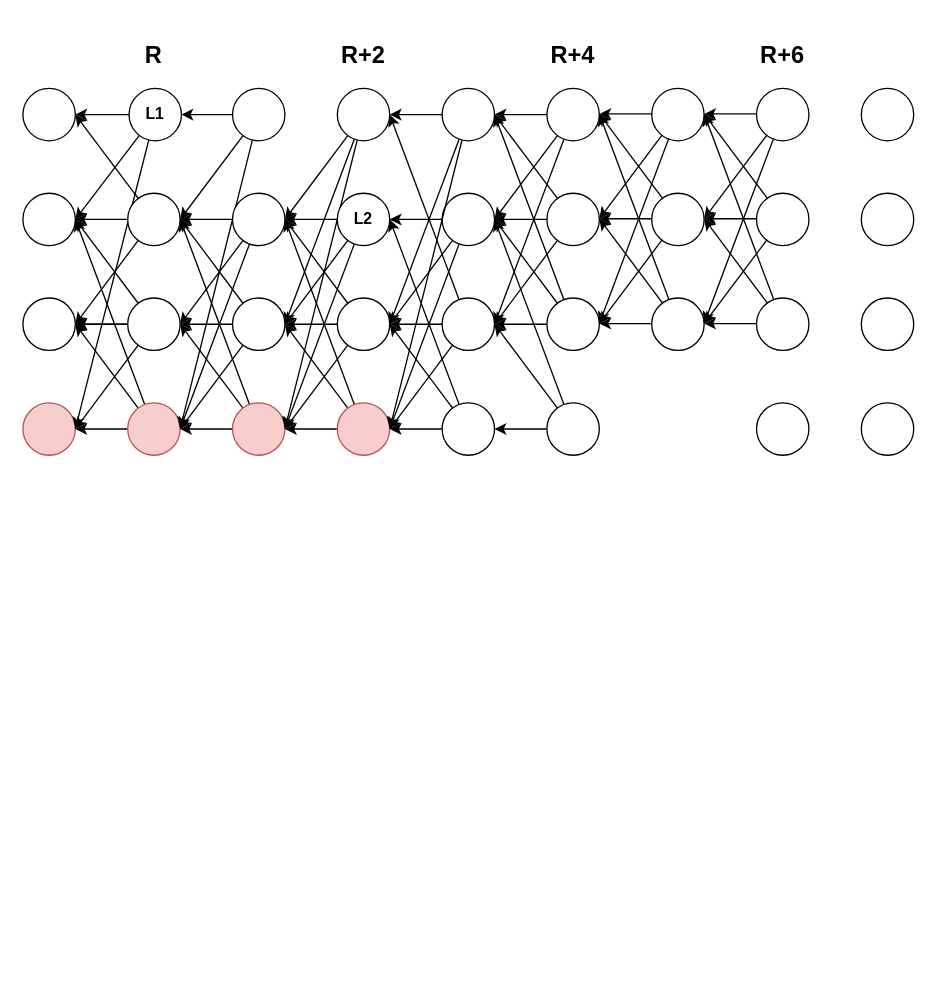
Above: dag.drawio in asonnino/various-diagrams (draw.io), before the change. Source tidied: cells renumbered, new cells numbered last; positions are measured from the earlier drawing's top-left corner, leaving out a move shared by most shapes. Both pictures are drawn from the tidied source at 131%, with x=0, y=0 at pixel (22, 35).
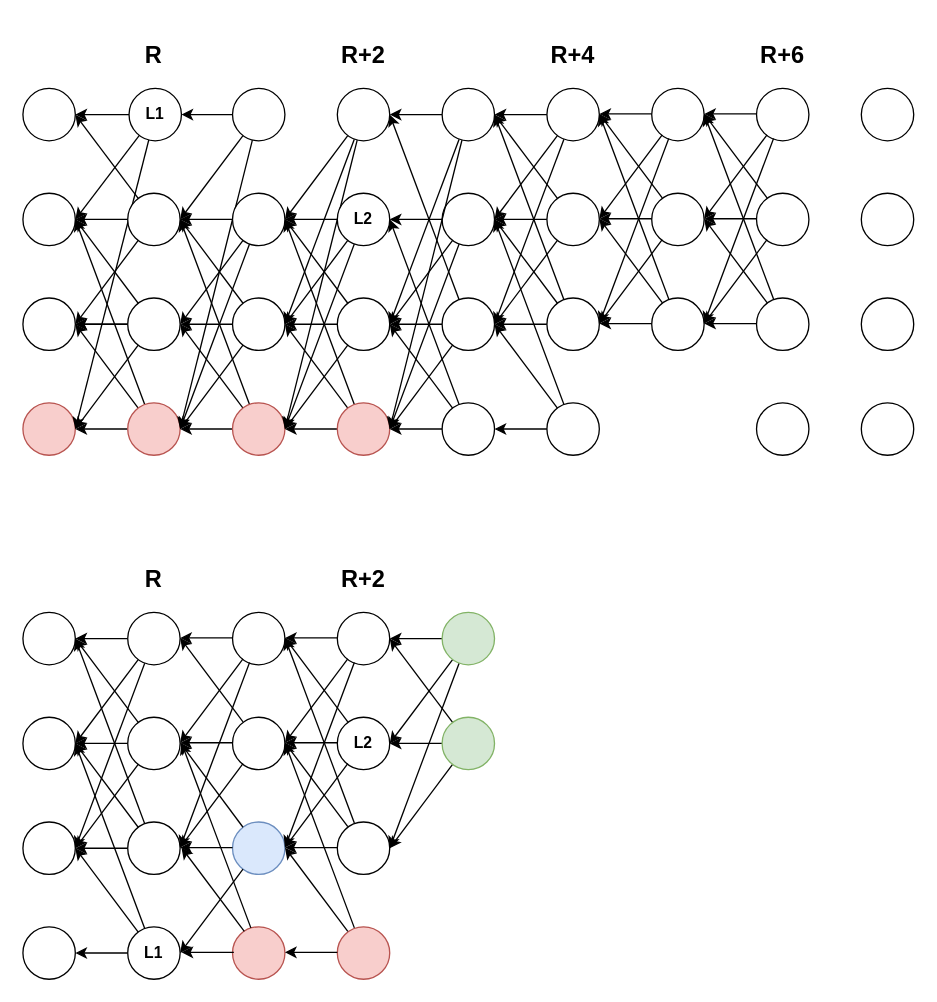
The same page after the edit.

Change to the diagram source:
```diff
@@
+    <mxCell id="120" style="ellipse;whiteSpace=wrap;html=1;" parent="1" vertex="1">
+      <mxGeometry y="520" width="40" height="40" as="geometry" />
+    </mxCell>
+    <mxCell id="121" style="ellipse;whiteSpace=wrap;html=1;" parent="1" vertex="1">
+      <mxGeometry y="600" width="40" height="40" as="geometry" />
+    </mxCell>
+    <mxCell id="122" style="ellipse;whiteSpace=wrap;html=1;" parent="1" vertex="1">
+      <mxGeometry y="440" width="40" height="40" as="geometry" />
+    </mxCell>
+    <mxCell id="123" style="edgeStyle=none;rounded=0;jettySize=auto;html=1;entryX=1;entryY=0.5;entryDx=0;entryDy=0;" parent="1" edge="1" source="126" target="122">
+      <mxGeometry relative="1" as="geometry" />
+    </mxCell>
+    <mxCell id="124" style="edgeStyle=none;rounded=0;jettySize=auto;html=1;" parent="1" edge="1" source="126">
+      <mxGeometry relative="1" as="geometry">
+        <mxPoint x="40" y="620" as="targetPoint" />
+      </mxGeometry>
+    </mxCell>
+    <mxCell id="125" style="edgeStyle=none;rounded=0;jettySize=auto;html=1;entryX=1;entryY=0.5;entryDx=0;entryDy=0;" parent="1" edge="1" source="126" target="120">
+      <mxGeometry relative="1" as="geometry" />
+    </mxCell>
+    <mxCell id="126" style="ellipse;whiteSpace=wrap;html=1;" parent="1" vertex="1">
+      <mxGeometry x="80" y="520" width="40" height="40" as="geometry" />
+    </mxCell>
+    <mxCell id="127" style="edgeStyle=none;rounded=0;jettySize=auto;html=1;entryX=1;entryY=0.5;entryDx=0;entryDy=0;" parent="1" edge="1" source="130" target="121">
+      <mxGeometry relative="1" as="geometry" />
+    </mxCell>
+    <mxCell id="128" style="edgeStyle=none;rounded=0;jettySize=auto;html=1;entryX=1;entryY=0.5;entryDx=0;entryDy=0;" parent="1" edge="1" source="130" target="120">
+      <mxGeometry relative="1" as="geometry" />
+    </mxCell>
+    <mxCell id="129" style="edgeStyle=none;rounded=0;jettySize=auto;html=1;entryX=1;entryY=0.5;entryDx=0;entryDy=0;" parent="1" edge="1" source="130" target="122">
+      <mxGeometry relative="1" as="geometry" />
+    </mxCell>
+    <mxCell id="130" style="ellipse;whiteSpace=wrap;html=1;" parent="1" vertex="1">
+      <mxGeometry x="80" y="600" width="40" height="40" as="geometry" />
+    </mxCell>
+    <mxCell id="131" style="ellipse;whiteSpace=wrap;html=1;" parent="1" vertex="1">
+      <mxGeometry y="680" width="40" height="40" as="geometry" />
+    </mxCell>
+    <mxCell id="132" style="edgeStyle=none;rounded=0;jettySize=auto;html=1;entryX=1;entryY=0.5;entryDx=0;entryDy=0;" parent="1" edge="1" source="135" target="122">
+      <mxGeometry relative="1" as="geometry" />
+    </mxCell>
+    <mxCell id="133" style="edgeStyle=none;rounded=0;jettySize=auto;html=1;entryX=1;entryY=0.5;entryDx=0;entryDy=0;" parent="1" edge="1" source="135" target="120">
+      <mxGeometry relative="1" as="geometry" />
+    </mxCell>
+    <mxCell id="134" style="edgeStyle=none;rounded=0;jettySize=auto;html=1;entryX=1;entryY=0.5;entryDx=0;entryDy=0;" parent="1" edge="1" source="135" target="121">
+      <mxGeometry relative="1" as="geometry" />
+    </mxCell>
+    <mxCell id="135" style="ellipse;whiteSpace=wrap;html=1;" parent="1" vertex="1">
+      <mxGeometry x="80" y="440" width="40" height="40" as="geometry" />
+    </mxCell>
+    <mxCell id="136" style="ellipse;whiteSpace=wrap;html=1;" parent="1" vertex="1">
+      <mxGeometry x="160" y="520" width="40" height="40" as="geometry" />
+    </mxCell>
+    <mxCell id="137" style="ellipse;whiteSpace=wrap;html=1;fillColor=#dae8fc;strokeColor=#6c8ebf;" parent="1" vertex="1">
+      <mxGeometry x="160" y="600" width="40" height="40" as="geometry" />
+    </mxCell>
+    <mxCell id="138" style="edgeStyle=none;rounded=0;jettySize=auto;html=1;entryX=1;entryY=0.5;entryDx=0;entryDy=0;" parent="1" edge="1" source="141" target="120">
+      <mxGeometry relative="1" as="geometry" />
+    </mxCell>
+    <mxCell id="139" style="edgeStyle=none;rounded=0;jettySize=auto;html=1;entryX=1;entryY=0.5;entryDx=0;entryDy=0;" parent="1" edge="1" source="141" target="121">
+      <mxGeometry relative="1" as="geometry" />
+    </mxCell>
+    <mxCell id="140" style="edgeStyle=none;rounded=0;jettySize=auto;html=1;entryX=1;entryY=0.5;entryDx=0;entryDy=0;" parent="1" edge="1" source="141" target="131">
+      <mxGeometry relative="1" as="geometry" />
+    </mxCell>
+    <mxCell id="141" value="&lt;b&gt;L1&lt;/b&gt;" style="ellipse;whiteSpace=wrap;html=1;" parent="1" vertex="1">
+      <mxGeometry x="80" y="680" width="40" height="40" as="geometry" />
+    </mxCell>
+    <mxCell id="142" style="ellipse;whiteSpace=wrap;html=1;" parent="1" vertex="1">
+      <mxGeometry x="240" y="440" width="40" height="40" as="geometry" />
+    </mxCell>
+    <mxCell id="143" value="&lt;b&gt;L2&lt;/b&gt;" style="ellipse;whiteSpace=wrap;html=1;" parent="1" vertex="1">
+      <mxGeometry x="240" y="520" width="40" height="40" as="geometry" />
+    </mxCell>
+    <mxCell id="144" style="ellipse;whiteSpace=wrap;html=1;" parent="1" vertex="1">
+      <mxGeometry x="240" y="600" width="40" height="40" as="geometry" />
+    </mxCell>
+    <mxCell id="145" style="ellipse;whiteSpace=wrap;html=1;fillColor=#f8cecc;strokeColor=#b85450;" parent="1" vertex="1">
+      <mxGeometry x="240" y="680" width="40" height="40" as="geometry" />
+    </mxCell>
+    <mxCell id="146" value="&lt;h2&gt;&lt;b&gt;R&lt;/b&gt;&lt;/h2&gt;" style="text;html=1;strokeColor=none;fillColor=none;align=center;verticalAlign=middle;whiteSpace=wrap;rounded=0;" parent="1" vertex="1">
+      <mxGeometry x="70" y="400" width="60" height="30" as="geometry" />
+    </mxCell>
+    <mxCell id="147" value="&lt;h2&gt;&lt;b&gt;R+2&lt;/b&gt;&lt;/h2&gt;" style="text;html=1;strokeColor=none;fillColor=none;align=center;verticalAlign=middle;whiteSpace=wrap;rounded=0;" parent="1" vertex="1">
+      <mxGeometry x="230" y="400" width="60" height="30" as="geometry" />
+    </mxCell>
+    <mxCell id="148" style="ellipse;whiteSpace=wrap;html=1;" parent="1" vertex="1">
+      <mxGeometry x="160" y="440" width="40" height="40" as="geometry" />
+    </mxCell>
+    <mxCell id="149" style="edgeStyle=none;rounded=0;orthogonalLoop=1;jettySize=auto;html=1;entryX=1;entryY=0.5;entryDx=0;entryDy=0;" parent="1" edge="1">
+      <mxGeometry relative="1" as="geometry">
+        <mxPoint x="168" y="523.5" as="sourcePoint" />
+        <mxPoint x="120" y="459.5" as="targetPoint" />
+      </mxGeometry>
+    </mxCell>
+    <mxCell id="150" style="edgeStyle=none;rounded=0;orthogonalLoop=1;jettySize=auto;html=1;" parent="1" edge="1">
+      <mxGeometry relative="1" as="geometry">
+        <mxPoint x="168" y="555.5" as="sourcePoint" />
+        <mxPoint x="120" y="619.5" as="targetPoint" />
+      </mxGeometry>
+    </mxCell>
+    <mxCell id="151" style="edgeStyle=none;rounded=0;orthogonalLoop=1;jettySize=auto;html=1;entryX=1;entryY=0.5;entryDx=0;entryDy=0;" parent="1" edge="1">
+      <mxGeometry relative="1" as="geometry">
+        <mxPoint x="160" y="539.5" as="sourcePoint" />
+        <mxPoint x="120" y="539.5" as="targetPoint" />
+      </mxGeometry>
+    </mxCell>
+    <mxCell id="152" style="edgeStyle=none;rounded=0;orthogonalLoop=1;jettySize=auto;html=1;entryX=1;entryY=0.5;entryDx=0;entryDy=0;" parent="1" edge="1">
+      <mxGeometry relative="1" as="geometry">
+        <mxPoint x="160" y="619.5" as="sourcePoint" />
+        <mxPoint x="120" y="619.5" as="targetPoint" />
+      </mxGeometry>
+    </mxCell>
+    <mxCell id="153" style="edgeStyle=none;rounded=0;jettySize=auto;html=1;entryX=1;entryY=0.5;entryDx=0;entryDy=0;" parent="1" edge="1" source="137">
+      <mxGeometry relative="1" as="geometry">
+        <mxPoint x="120" y="539.5" as="targetPoint" />
+      </mxGeometry>
+    </mxCell>
+    <mxCell id="154" style="edgeStyle=none;rounded=0;jettySize=auto;html=1;entryX=1;entryY=0.5;entryDx=0;entryDy=0;" parent="1" edge="1" source="137" target="141">
+      <mxGeometry relative="1" as="geometry" />
+    </mxCell>
+    <mxCell id="155" style="edgeStyle=none;rounded=0;orthogonalLoop=1;jettySize=auto;html=1;entryX=1;entryY=0.5;entryDx=0;entryDy=0;" parent="1" edge="1">
+      <mxGeometry relative="1" as="geometry">
+        <mxPoint x="160" y="459.5" as="sourcePoint" />
+        <mxPoint x="120" y="459.5" as="targetPoint" />
+      </mxGeometry>
+    </mxCell>
+    <mxCell id="156" style="edgeStyle=none;rounded=0;orthogonalLoop=1;jettySize=auto;html=1;entryX=1;entryY=0.5;entryDx=0;entryDy=0;" parent="1" edge="1">
+      <mxGeometry relative="1" as="geometry">
+        <mxPoint x="168" y="475.5" as="sourcePoint" />
+        <mxPoint x="120" y="539.5" as="targetPoint" />
+      </mxGeometry>
+    </mxCell>
+    <mxCell id="157" style="edgeStyle=none;rounded=0;orthogonalLoop=1;jettySize=auto;html=1;entryX=1;entryY=0.5;entryDx=0;entryDy=0;" parent="1" edge="1">
+      <mxGeometry relative="1" as="geometry">
+        <mxPoint x="173" y="478.2" as="sourcePoint" />
+        <mxPoint x="120" y="619.5" as="targetPoint" />
+      </mxGeometry>
+    </mxCell>
+    <mxCell id="158" style="edgeStyle=none;rounded=0;orthogonalLoop=1;jettySize=auto;html=1;entryX=1;entryY=0.5;entryDx=0;entryDy=0;" parent="1" edge="1">
+      <mxGeometry relative="1" as="geometry">
+        <mxPoint x="248" y="523.5" as="sourcePoint" />
+        <mxPoint x="200" y="459.5" as="targetPoint" />
+      </mxGeometry>
+    </mxCell>
+    <mxCell id="159" style="edgeStyle=none;rounded=0;orthogonalLoop=1;jettySize=auto;html=1;" parent="1" edge="1">
+      <mxGeometry relative="1" as="geometry">
+        <mxPoint x="248" y="555.5" as="sourcePoint" />
+        <mxPoint x="200" y="619.5" as="targetPoint" />
+      </mxGeometry>
+    </mxCell>
+    <mxCell id="160" style="edgeStyle=none;rounded=0;orthogonalLoop=1;jettySize=auto;html=1;entryX=1;entryY=0.5;entryDx=0;entryDy=0;" parent="1" edge="1">
+      <mxGeometry relative="1" as="geometry">
+        <mxPoint x="240" y="539.5" as="sourcePoint" />
+        <mxPoint x="200" y="539.5" as="targetPoint" />
+      </mxGeometry>
+    </mxCell>
+    <mxCell id="161" style="edgeStyle=none;rounded=0;orthogonalLoop=1;jettySize=auto;html=1;entryX=1;entryY=0.5;entryDx=0;entryDy=0;" parent="1" edge="1">
+      <mxGeometry relative="1" as="geometry">
+        <mxPoint x="240" y="619.5" as="sourcePoint" />
+        <mxPoint x="200" y="619.5" as="targetPoint" />
+      </mxGeometry>
+    </mxCell>
+    <mxCell id="162" style="edgeStyle=none;rounded=0;orthogonalLoop=1;jettySize=auto;html=1;entryX=1;entryY=0.5;entryDx=0;entryDy=0;" parent="1" edge="1">
+      <mxGeometry relative="1" as="geometry">
+        <mxPoint x="248" y="603.5" as="sourcePoint" />
+        <mxPoint x="200" y="539.5" as="targetPoint" />
+      </mxGeometry>
+    </mxCell>
+    <mxCell id="163" style="edgeStyle=none;rounded=0;orthogonalLoop=1;jettySize=auto;html=1;entryX=1;entryY=0.5;entryDx=0;entryDy=0;" parent="1" edge="1">
+      <mxGeometry relative="1" as="geometry">
+        <mxPoint x="253" y="600.8" as="sourcePoint" />
+        <mxPoint x="200" y="459.5" as="targetPoint" />
+      </mxGeometry>
+    </mxCell>
+    <mxCell id="164" style="edgeStyle=none;rounded=0;orthogonalLoop=1;jettySize=auto;html=1;entryX=1;entryY=0.5;entryDx=0;entryDy=0;" parent="1" edge="1">
+      <mxGeometry relative="1" as="geometry">
+        <mxPoint x="240" y="459.5" as="sourcePoint" />
+        <mxPoint x="200" y="459.5" as="targetPoint" />
+      </mxGeometry>
+    </mxCell>
+    <mxCell id="165" style="edgeStyle=none;rounded=0;orthogonalLoop=1;jettySize=auto;html=1;entryX=1;entryY=0.5;entryDx=0;entryDy=0;" parent="1" edge="1">
+      <mxGeometry relative="1" as="geometry">
+        <mxPoint x="248" y="475.5" as="sourcePoint" />
+        <mxPoint x="200" y="539.5" as="targetPoint" />
+      </mxGeometry>
+    </mxCell>
+    <mxCell id="166" style="edgeStyle=none;rounded=0;orthogonalLoop=1;jettySize=auto;html=1;entryX=1;entryY=0.5;entryDx=0;entryDy=0;" parent="1" edge="1">
+      <mxGeometry relative="1" as="geometry">
+        <mxPoint x="253" y="478.2" as="sourcePoint" />
+        <mxPoint x="200" y="619.5" as="targetPoint" />
+      </mxGeometry>
+    </mxCell>
+    <mxCell id="167" style="ellipse;whiteSpace=wrap;html=1;fillColor=#f8cecc;strokeColor=#b85450;" parent="1" vertex="1">
+      <mxGeometry x="160" y="680" width="40" height="40" as="geometry" />
+    </mxCell>
+    <mxCell id="168" style="edgeStyle=none;rounded=0;orthogonalLoop=1;jettySize=auto;html=1;entryX=1;entryY=0.5;entryDx=0;entryDy=0;" parent="1" edge="1">
+      <mxGeometry relative="1" as="geometry">
+        <mxPoint x="174" y="680.8" as="sourcePoint" />
+        <mxPoint x="121" y="539.5" as="targetPoint" />
+      </mxGeometry>
+    </mxCell>
+    <mxCell id="169" style="edgeStyle=none;rounded=0;orthogonalLoop=1;jettySize=auto;html=1;entryX=1;entryY=0.5;entryDx=0;entryDy=0;" parent="1" edge="1">
+      <mxGeometry relative="1" as="geometry">
+        <mxPoint x="169" y="683.5" as="sourcePoint" />
+        <mxPoint x="121" y="619.5" as="targetPoint" />
+      </mxGeometry>
+    </mxCell>
+    <mxCell id="170" style="edgeStyle=none;rounded=0;orthogonalLoop=1;jettySize=auto;html=1;entryX=1;entryY=0.5;entryDx=0;entryDy=0;" parent="1" edge="1">
+      <mxGeometry relative="1" as="geometry">
+        <mxPoint x="161" y="699.5" as="sourcePoint" />
+        <mxPoint x="121" y="699.5" as="targetPoint" />
+      </mxGeometry>
+    </mxCell>
+    <mxCell id="171" style="edgeStyle=none;rounded=0;orthogonalLoop=1;jettySize=auto;html=1;entryX=1;entryY=0.5;entryDx=0;entryDy=0;" parent="1" edge="1">
+      <mxGeometry relative="1" as="geometry">
+        <mxPoint x="253" y="680.8" as="sourcePoint" />
+        <mxPoint x="200" y="539.5" as="targetPoint" />
+      </mxGeometry>
+    </mxCell>
+    <mxCell id="172" style="edgeStyle=none;rounded=0;orthogonalLoop=1;jettySize=auto;html=1;entryX=1;entryY=0.5;entryDx=0;entryDy=0;" parent="1" edge="1">
+      <mxGeometry relative="1" as="geometry">
+        <mxPoint x="248" y="683.5" as="sourcePoint" />
+        <mxPoint x="200" y="619.5" as="targetPoint" />
+      </mxGeometry>
+    </mxCell>
+    <mxCell id="173" style="edgeStyle=none;rounded=0;orthogonalLoop=1;jettySize=auto;html=1;entryX=1;entryY=0.5;entryDx=0;entryDy=0;" parent="1" edge="1">
+      <mxGeometry relative="1" as="geometry">
+        <mxPoint x="240" y="699.5" as="sourcePoint" />
+        <mxPoint x="200" y="699.5" as="targetPoint" />
+      </mxGeometry>
+    </mxCell>
+    <mxCell id="174" style="edgeStyle=none;rounded=0;jettySize=auto;html=1;entryX=1;entryY=0.5;entryDx=0;entryDy=0;" parent="1" edge="1" source="177" target="143">
+      <mxGeometry relative="1" as="geometry" />
+    </mxCell>
+    <mxCell id="175" style="edgeStyle=none;rounded=0;jettySize=auto;html=1;entryX=1;entryY=0.5;entryDx=0;entryDy=0;" parent="1" edge="1" source="177" target="142">
+      <mxGeometry relative="1" as="geometry" />
+    </mxCell>
+    <mxCell id="176" style="edgeStyle=none;rounded=0;jettySize=auto;html=1;entryX=1;entryY=0.5;entryDx=0;entryDy=0;" parent="1" edge="1" source="177" target="144">
+      <mxGeometry relative="1" as="geometry" />
+    </mxCell>
+    <mxCell id="177" style="ellipse;whiteSpace=wrap;html=1;fillColor=#d5e8d4;strokeColor=#82b366;" parent="1" vertex="1">
+      <mxGeometry x="320" y="520" width="40" height="40" as="geometry" />
+    </mxCell>
+    <mxCell id="178" style="edgeStyle=orthogonalEdgeStyle;rounded=0;jettySize=auto;html=1;entryX=1;entryY=0.5;entryDx=0;entryDy=0;" parent="1" edge="1" source="181" target="142">
+      <mxGeometry relative="1" as="geometry" />
+    </mxCell>
+    <mxCell id="179" style="rounded=0;jettySize=auto;html=1;entryX=1;entryY=0.5;entryDx=0;entryDy=0;" parent="1" edge="1" source="181" target="143">
+      <mxGeometry relative="1" as="geometry" />
+    </mxCell>
+    <mxCell id="180" style="edgeStyle=none;rounded=0;jettySize=auto;html=1;entryX=1;entryY=0.5;entryDx=0;entryDy=0;" parent="1" edge="1" source="181" target="144">
+      <mxGeometry relative="1" as="geometry" />
+    </mxCell>
+    <mxCell id="181" style="ellipse;whiteSpace=wrap;html=1;fillColor=#d5e8d4;strokeColor=#82b366;" parent="1" vertex="1">
+      <mxGeometry x="320" y="440" width="40" height="40" as="geometry" />
+    </mxCell>
```
